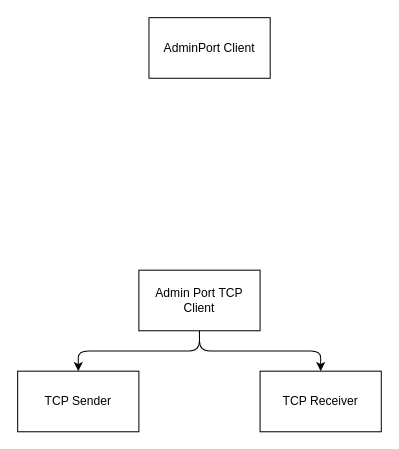
Before: Docs/architecture.drawio in shoter/OpenTTDAdminPort, a draw.io diagram. Source tidied: cells renumbered, new cells numbered last; positions are measured from the earlier drawing's top-left corner, leaving out a move shared by most shapes. Both pictures are drawn from the tidied source at 101%, with x=0, y=0 at pixel (17, 17).
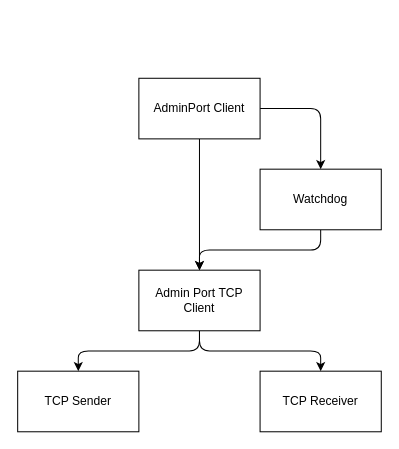
The same diagram, later.

Diff of the diagram source:
```diff
@@
 <mxGraphModel>
   <root>
     <mxCell id="0" />
     <mxCell id="1" parent="0" />
+    <mxCell id="8" style="edgeStyle=none;html=1;" parent="1" edge="1" source="2" target="7">
+      <mxGeometry relative="1" as="geometry" />
+    </mxCell>
+    <mxCell id="9" style="edgeStyle=none;html=1;entryX=0.5;entryY=0;entryDx=0;entryDy=0;" parent="1" edge="1" source="2" target="11">
+      <mxGeometry relative="1" as="geometry">
+        <Array as="points">
+          <mxPoint x="300" y="90" />
+        </Array>
+      </mxGeometry>
+    </mxCell>
     <mxCell id="2" value="AdminPort Client" style="rounded=0;whiteSpace=wrap;html=1;" parent="1" vertex="1">
-      <mxGeometry x="130" width="120" height="60" as="geometry" />
+      <mxGeometry x="120" y="60" width="120" height="60" as="geometry" />
     </mxCell>
     <mxCell id="3" value="TCP Sender" style="whiteSpace=wrap;html=1;rounded=0;" parent="1" vertex="1">
       <mxGeometry y="350" width="120" height="60" as="geometry" />
     </mxCell>
     <mxCell id="4" value="TCP Receiver" style="whiteSpace=wrap;html=1;rounded=0;" parent="1" vertex="1">
       <mxGeometry x="240" y="350" width="120" height="60" as="geometry" />
     </mxCell>
     <mxCell id="5" style="edgeStyle=none;html=1;entryX=0.5;entryY=0;entryDx=0;entryDy=0;" parent="1" edge="1" source="7" target="3">
       <mxGeometry relative="1" as="geometry">
         <Array as="points">
           <mxPoint x="180" y="330" />
           <mxPoint x="60" y="330" />
         </Array>
       </mxGeometry>
     </mxCell>
     <mxCell id="6" style="edgeStyle=none;html=1;entryX=0.5;entryY=0;entryDx=0;entryDy=0;" parent="1" edge="1" source="7" target="4">
       <mxGeometry relative="1" as="geometry">
         <Array as="points">
           <mxPoint x="180" y="330" />
           <mxPoint x="300" y="330" />
         </Array>
       </mxGeometry>
     </mxCell>
     <mxCell id="7" value="Admin Port TCP Client" style="whiteSpace=wrap;html=1;rounded=0;align=center;verticalAlign=middle;" parent="1" vertex="1">
       <mxGeometry x="120" y="250" width="120" height="60" as="geometry" />
     </mxCell>
+    <mxCell id="10" style="edgeStyle=none;html=1;entryX=0.5;entryY=0;entryDx=0;entryDy=0;" parent="1" edge="1" source="11" target="7">
+      <mxGeometry relative="1" as="geometry">
+        <Array as="points">
+          <mxPoint x="300" y="230" />
+          <mxPoint x="180" y="230" />
+        </Array>
+      </mxGeometry>
+    </mxCell>
+    <mxCell id="11" value="Watchdog" style="rounded=0;whiteSpace=wrap;html=1;" parent="1" vertex="1">
+      <mxGeometry x="240" y="150" width="120" height="60" as="geometry" />
+    </mxCell>
   </root>
 </mxGraphModel>
```
